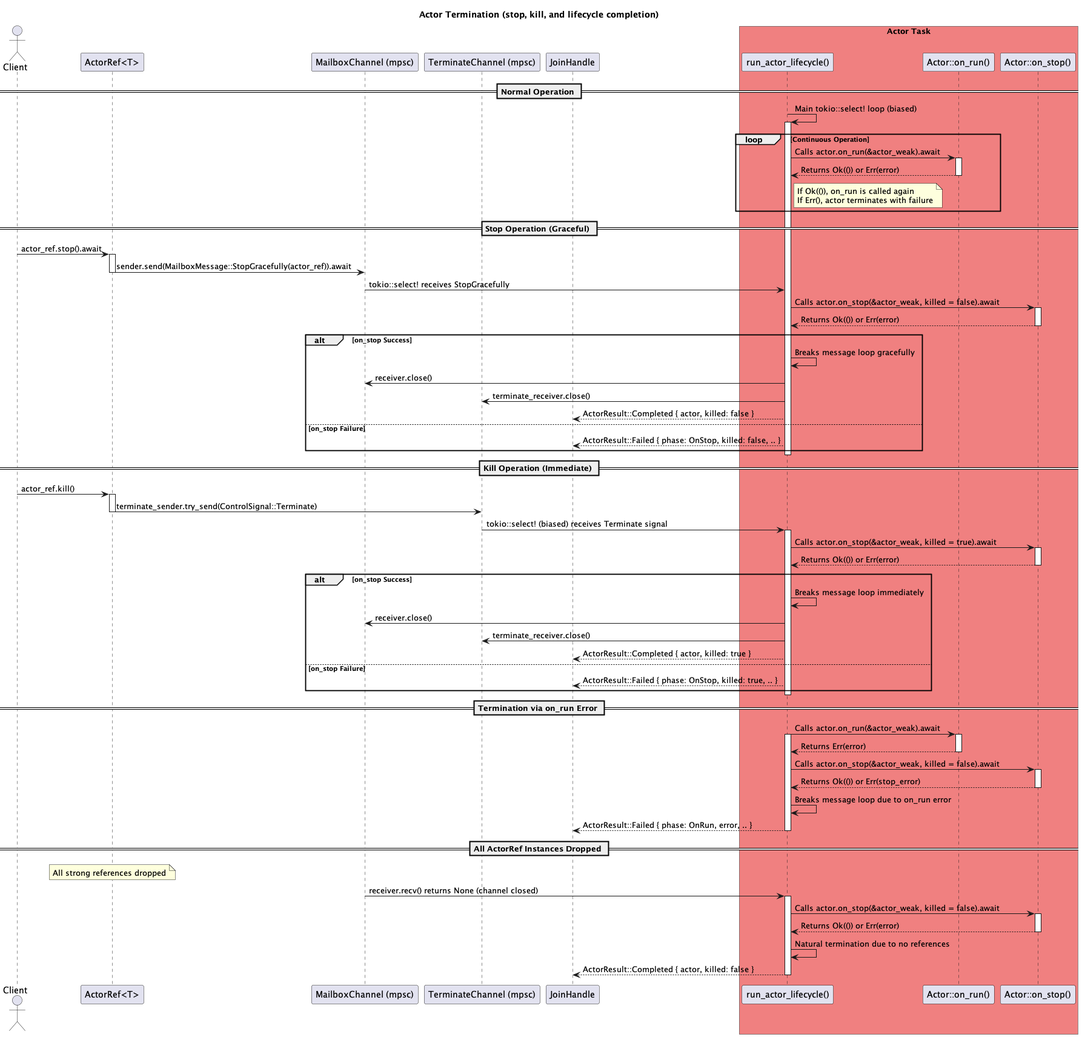
Above: docs/Actor Termination.png in hiking90/rsactor (PlantUML), before the change. The source it was exported from:
```plantuml
@startuml Actor Termination
title Actor Termination (stop, kill, and lifecycle completion)

actor Client
participant "ActorRef<T>" as ActorRef_obj
participant "MailboxChannel (mpsc)" as MailboxChannel
participant "TerminateChannel (mpsc)" as TerminateChannel
participant "run_actor_lifecycle()" as Lifecycle
participant "Actor::on_run()" as on_run_method
participant "Actor::on_stop()" as on_stop_method
participant "JoinHandle" as JoinHandle_obj

box "Actor Task" #LightCoral
    participant Lifecycle
    participant on_run_method
    participant on_stop_method
end box

== Normal Operation ==
Lifecycle -> Lifecycle: Main tokio::select! loop (biased)
activate Lifecycle
loop Continuous Operation
  Lifecycle -> on_run_method: Calls actor.on_run(&actor_weak).await
  activate on_run_method
  on_run_method --> Lifecycle: Returns Ok(()) or Err(error)
  deactivate on_run_method
  note right of Lifecycle: If Ok(()), on_run is called again\nIf Err(), actor terminates with failure
end

== Stop Operation (Graceful) ==
Client -> ActorRef_obj: actor_ref.stop().await
activate ActorRef_obj
ActorRef_obj -> MailboxChannel: sender.send(MailboxMessage::StopGracefully(actor_ref)).await
deactivate ActorRef_obj

MailboxChannel -> Lifecycle: tokio::select! receives StopGracefully
Lifecycle -> on_stop_method: Calls actor.on_stop(&actor_weak, killed = false).await
activate on_stop_method
on_stop_method --> Lifecycle: Returns Ok(()) or Err(error)
deactivate on_stop_method

alt on_stop Success
  Lifecycle -> Lifecycle: Breaks message loop gracefully
  Lifecycle -> MailboxChannel: receiver.close()
  Lifecycle -> TerminateChannel: terminate_receiver.close()
  Lifecycle --> JoinHandle_obj: ActorResult::Completed { actor, killed: false }
else on_stop Failure
  Lifecycle --> JoinHandle_obj: ActorResult::Failed { phase: OnStop, killed: false, .. }
end
deactivate Lifecycle

== Kill Operation (Immediate) ==
Client -> ActorRef_obj: actor_ref.kill()
activate ActorRef_obj
ActorRef_obj -> TerminateChannel: terminate_sender.try_send(ControlSignal::Terminate)
deactivate ActorRef_obj

TerminateChannel -> Lifecycle: tokio::select! (biased) receives Terminate signal
activate Lifecycle
Lifecycle -> on_stop_method: Calls actor.on_stop(&actor_weak, killed = true).await
activate on_stop_method
on_stop_method --> Lifecycle: Returns Ok(()) or Err(error)
deactivate on_stop_method

alt on_stop Success
  Lifecycle -> Lifecycle: Breaks message loop immediately
  Lifecycle -> MailboxChannel: receiver.close()
  Lifecycle -> TerminateChannel: terminate_receiver.close()
  Lifecycle --> JoinHandle_obj: ActorResult::Completed { actor, killed: true }
else on_stop Failure
  Lifecycle --> JoinHandle_obj: ActorResult::Failed { phase: OnStop, killed: true, .. }
end
deactivate Lifecycle

== Termination via on_run Error ==
Lifecycle -> on_run_method: Calls actor.on_run(&actor_weak).await
activate Lifecycle
activate on_run_method
on_run_method --> Lifecycle: Returns Err(error)
deactivate on_run_method

Lifecycle -> on_stop_method: Calls actor.on_stop(&actor_weak, killed = false).await
activate on_stop_method
on_stop_method --> Lifecycle: Returns Ok(()) or Err(stop_error)
deactivate on_stop_method

Lifecycle -> Lifecycle: Breaks message loop due to on_run error
Lifecycle --> JoinHandle_obj: ActorResult::Failed { phase: OnRun, error, .. }
deactivate Lifecycle

== All ActorRef Instances Dropped ==
note over ActorRef_obj: All strong references dropped
MailboxChannel -> Lifecycle: receiver.recv() returns None (channel closed)
activate Lifecycle
Lifecycle -> on_stop_method: Calls actor.on_stop(&actor_weak, killed = false).await
activate on_stop_method
on_stop_method --> Lifecycle: Returns Ok(()) or Err(error)
deactivate on_stop_method
Lifecycle -> Lifecycle: Natural termination due to no references
Lifecycle --> JoinHandle_obj: ActorResult::Completed { actor, killed: false }
deactivate Lifecycle

@enduml
```
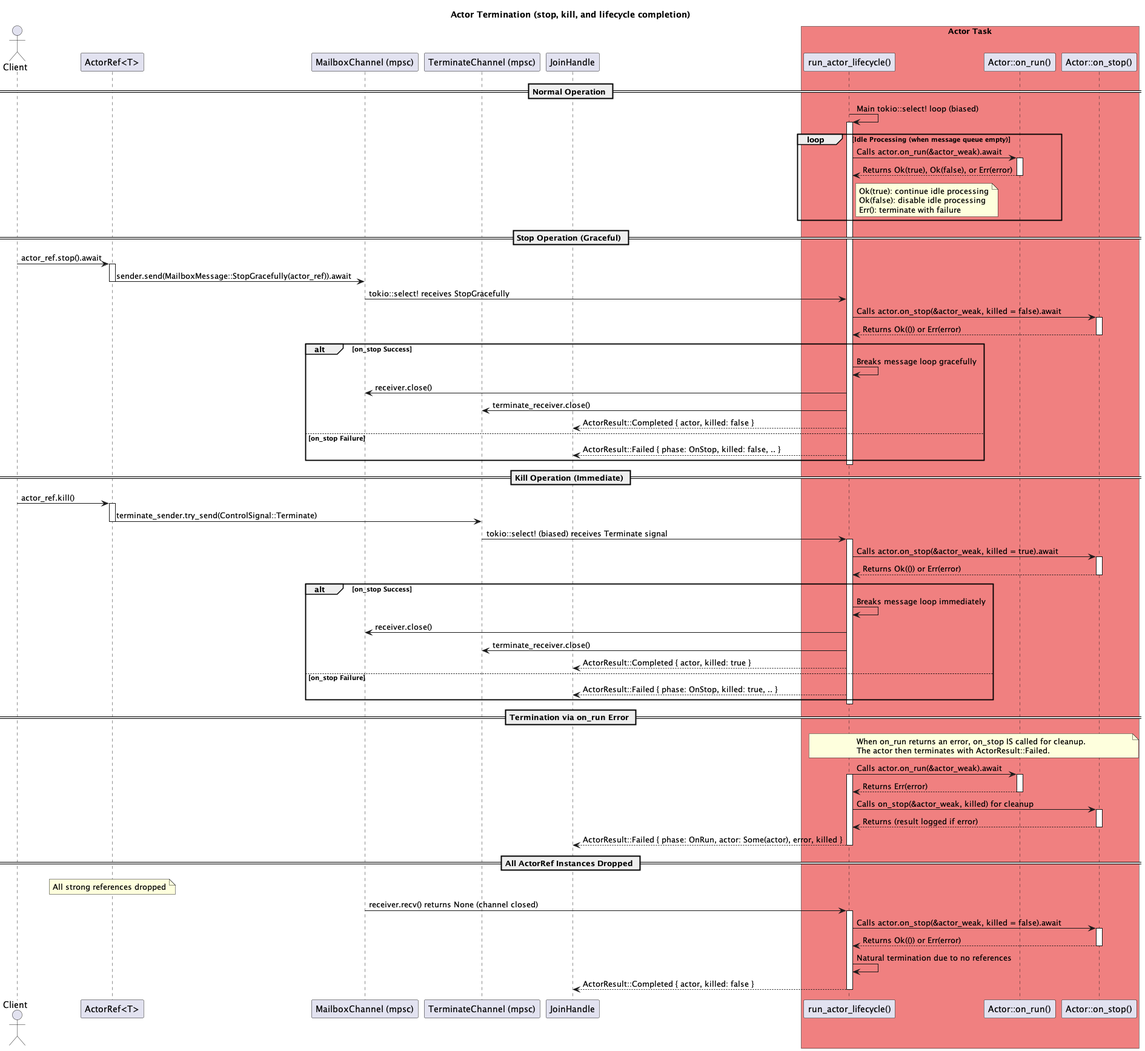
After the commit.

Change to the diagram source:
```diff
@@ -19,12 +19,12 @@
 == Normal Operation ==
 Lifecycle -> Lifecycle: Main tokio::select! loop (biased)
 activate Lifecycle
-loop Continuous Operation
+loop Idle Processing (when message queue empty)
   Lifecycle -> on_run_method: Calls actor.on_run(&actor_weak).await
   activate on_run_method
-  on_run_method --> Lifecycle: Returns Ok(()) or Err(error)
+  on_run_method --> Lifecycle: Returns Ok(true), Ok(false), or Err(error)
   deactivate on_run_method
-  note right of Lifecycle: If Ok(()), on_run is called again\nIf Err(), actor terminates with failure
+  note right of Lifecycle: Ok(true): continue idle processing\nOk(false): disable idle processing\nErr(): terminate with failure
 end
 
 == Stop Operation (Graceful) ==
@@ -73,19 +73,23 @@
 deactivate Lifecycle
 
 == Termination via on_run Error ==
+note over Lifecycle, on_stop_method
+  When on_run returns an error, on_stop IS called for cleanup.
+  The actor then terminates with ActorResult::Failed.
+end note
+
 Lifecycle -> on_run_method: Calls actor.on_run(&actor_weak).await
 activate Lifecycle
 activate on_run_method
 on_run_method --> Lifecycle: Returns Err(error)
 deactivate on_run_method
 
-Lifecycle -> on_stop_method: Calls actor.on_stop(&actor_weak, killed = false).await
+Lifecycle -> on_stop_method: Calls on_stop(&actor_weak, killed) for cleanup
 activate on_stop_method
-on_stop_method --> Lifecycle: Returns Ok(()) or Err(stop_error)
+on_stop_method --> Lifecycle: Returns (result logged if error)
 deactivate on_stop_method
 
-Lifecycle -> Lifecycle: Breaks message loop due to on_run error
-Lifecycle --> JoinHandle_obj: ActorResult::Failed { phase: OnRun, error, .. }
+Lifecycle --> JoinHandle_obj: ActorResult::Failed { phase: OnRun, actor: Some(actor), error, killed }
 deactivate Lifecycle
 
 == All ActorRef Instances Dropped ==
```
